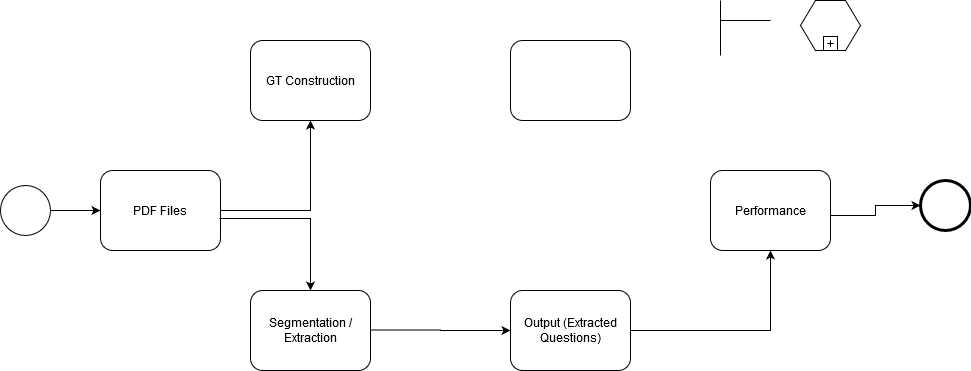
The draw.io diagram Untitled Diagram.png in karinawie/process-diagram, before a commit. Source tidied: cells renumbered, new cells last; positions are measured from the earlier drawing's top-left corner, leaving out a move shared by most shapes.
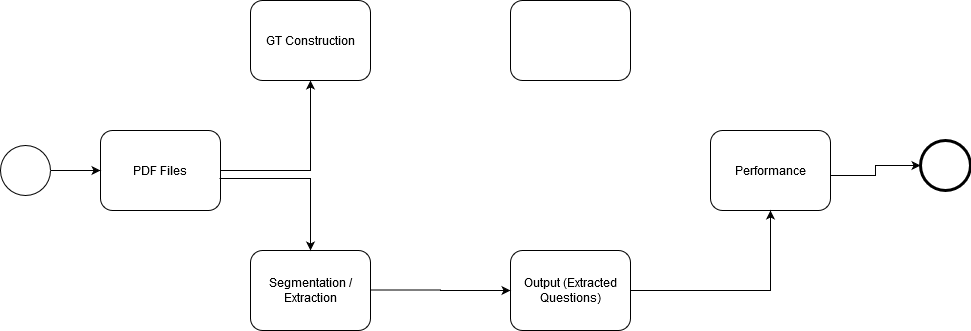
Later version of the same file.

Diff of the diagram source:
```diff
@@ -8,14 +8,6 @@
     <mxCell id="3" value="PDF Files" style="shape=ext;rounded=1;html=1;whiteSpace=wrap;" parent="1" vertex="1">
       <mxGeometry x="100" y="170" width="120" height="80" as="geometry" />
     </mxCell>
-    <mxCell id="4" style="shape=hexagon;whiteSpace=wrap;html=1;perimeter=hexagonPerimeter;" parent="1" vertex="1">
-      <mxGeometry x="800" width="60" height="50" as="geometry" />
-    </mxCell>
-    <mxCell id="5" style="html=1;shape=plus;" parent="4" vertex="1">
-      <mxGeometry x="0.5" y="1" width="14" height="14" relative="1" as="geometry">
-        <mxPoint x="-7" y="-14" as="offset" />
-      </mxGeometry>
-    </mxCell>
     <mxCell id="6" value="Performance" style="html=1;whiteSpace=wrap;rounded=1;" parent="1" vertex="1">
       <mxGeometry x="710" y="170" width="120" height="80" as="geometry" />
     </mxCell>
@@ -37,16 +29,6 @@
         </Array>
       </mxGeometry>
     </mxCell>
-    <mxCell id="11" style="edgeStyle=orthogonalEdgeStyle;rounded=0;html=1;jettySize=auto;orthogonalLoop=1;endArrow=none;endFill=0;" parent="1" edge="1">
-      <mxGeometry relative="1" as="geometry">
-        <mxPoint x="720" y="55" as="sourcePoint" />
-        <mxPoint x="770" y="20" as="targetPoint" />
-        <Array as="points">
-          <mxPoint x="720" />
-          <mxPoint x="720" />
-        </Array>
-      </mxGeometry>
-    </mxCell>
     <mxCell id="12" style="edgeStyle=orthogonalEdgeStyle;rounded=0;html=1;jettySize=auto;" parent="1" edge="1" target="7">
       <mxGeometry relative="1" as="geometry">
         <mxPoint x="830" y="215" as="sourcePoint" />
```
